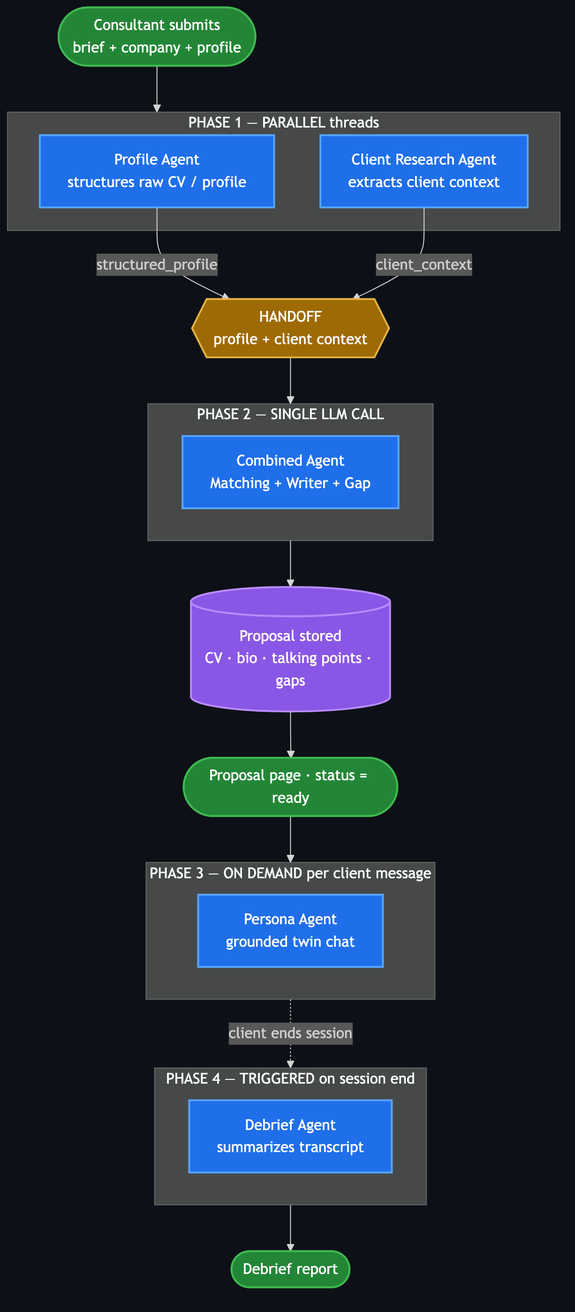
The Mermaid diagram docs/diagrams/happy-path.png in edendadon/PitchTwin-fuse, before a commit. Its source is kept beside it as docs/diagrams/happy-path.mmd.
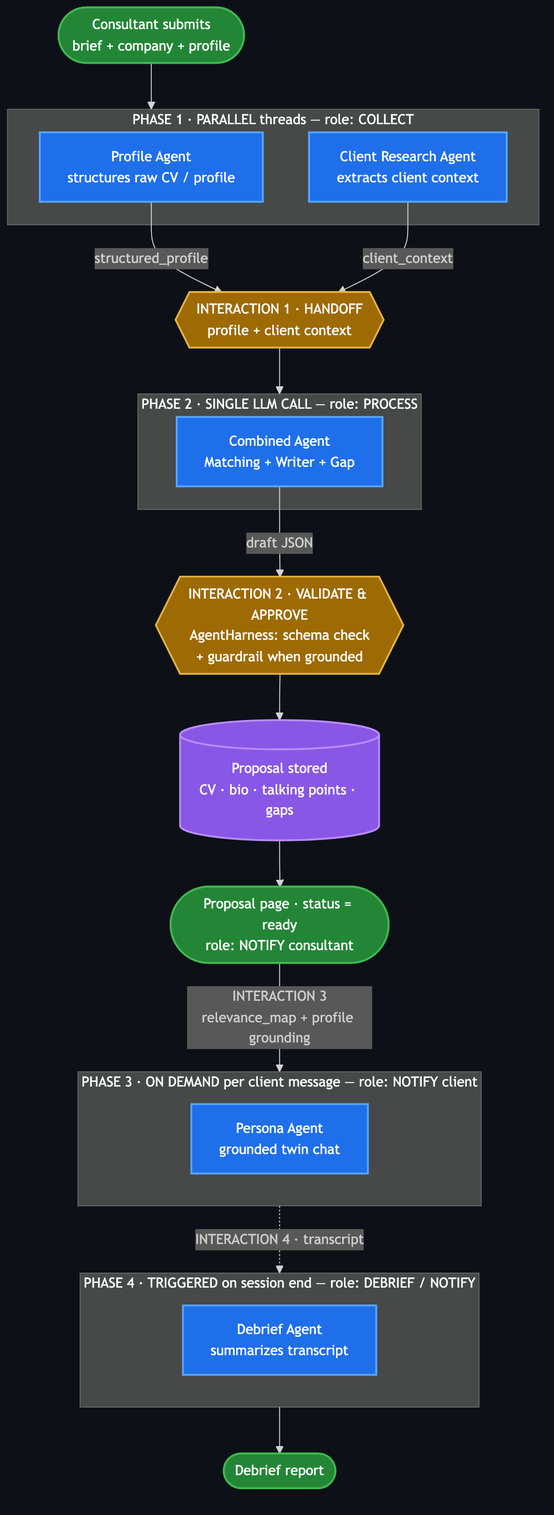
Above is the later version.

Commit message:
docs: mark interaction points + agent roles, embed diagrams in README (#35)

Diff of the diagram source:
```diff
@@ -1,25 +1,26 @@
-%%{init: {'theme':'dark', 'themeVariables': {'fontSize':'16px'}}}%%
+%%{init: {'theme':'dark', 'themeVariables': {'fontSize':'15px'}}}%%
 flowchart TD
     U([Consultant submits<br/>brief + company + profile]):::terminal --> P1
-    subgraph P1["PHASE 1 — PARALLEL threads"]
+    subgraph P1["PHASE 1 · PARALLEL threads — role: COLLECT"]
         direction LR
         PA["Profile Agent<br/>structures raw CV / profile"]:::agent
         CRA["Client Research Agent<br/>extracts client context"]:::agent
     end
-    PA -- structured_profile --> H{{"HANDOFF<br/>profile + client context"}}:::handoff
-    CRA -- client_context --> H
+    PA -- "structured_profile" --> H{{"INTERACTION 1 · HANDOFF<br/>profile + client context"}}:::handoff
+    CRA -- "client_context" --> H
     H --> P2
-    subgraph P2["PHASE 2 — SINGLE LLM CALL"]
+    subgraph P2["PHASE 2 · SINGLE LLM CALL — role: PROCESS"]
         CA["Combined Agent<br/>Matching + Writer + Gap"]:::agent
     end
-    P2 --> PROP[("Proposal stored<br/>CV · bio · talking points · gaps")]:::store
-    PROP --> READY([Proposal page · status = ready]):::terminal
-    READY --> P3
-    subgraph P3["PHASE 3 — ON DEMAND per client message"]
+    CA -- "draft JSON" --> VAL{{"INTERACTION 2 · VALIDATE & APPROVE<br/>AgentHarness: schema check<br/>+ guardrail when grounded"}}:::handoff
+    VAL --> PROP[("Proposal stored<br/>CV · bio · talking points · gaps")]:::store
+    PROP --> READY([Proposal page · status = ready<br/>role: NOTIFY consultant]):::terminal
+    READY -- "INTERACTION 3<br/>relevance_map + profile grounding" --> P3
+    subgraph P3["PHASE 3 · ON DEMAND per client message — role: NOTIFY client"]
         PERSONA["Persona Agent<br/>grounded twin chat"]:::agent
     end
-    P3 -.->|client ends session| P4
-    subgraph P4["PHASE 4 — TRIGGERED on session end"]
+    P3 -. "INTERACTION 4 · transcript" .-> P4
+    subgraph P4["PHASE 4 · TRIGGERED on session end — role: DEBRIEF / NOTIFY"]
         DEBRIEF["Debrief Agent<br/>summarizes transcript"]:::agent
     end
     P4 --> END([Debrief report]):::terminal
```
